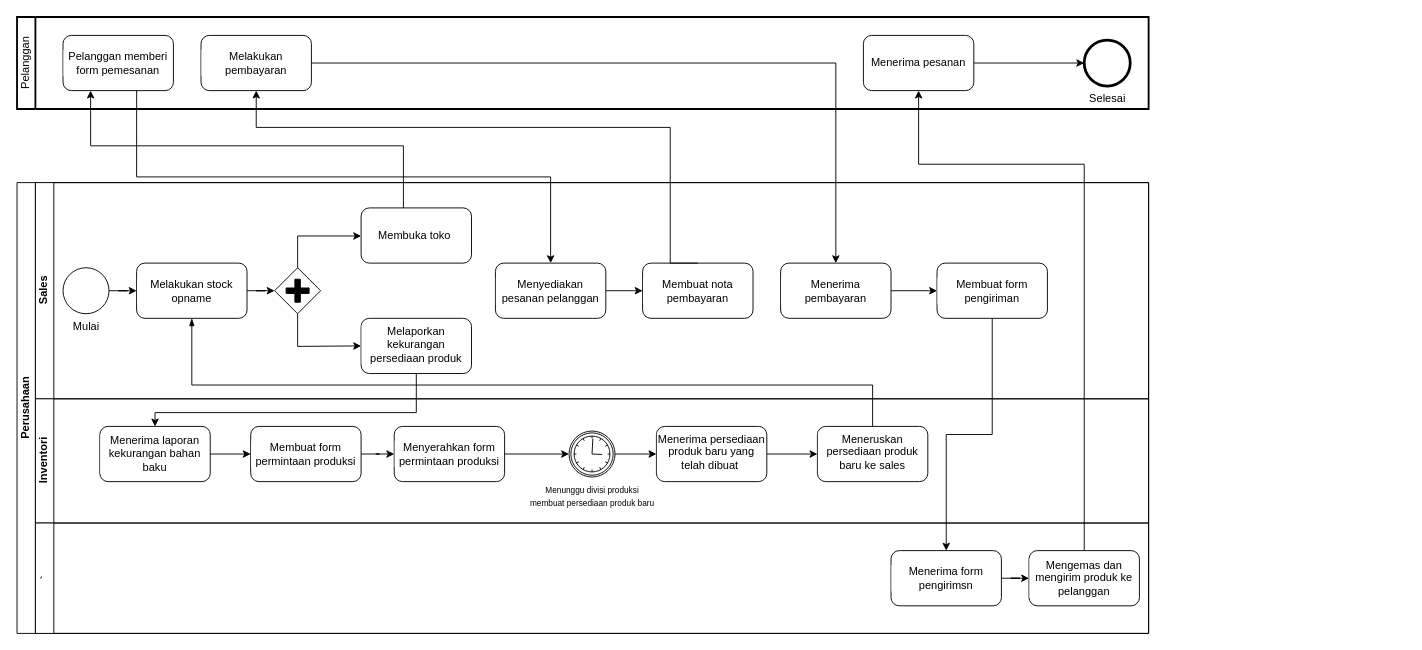
Earlier version of the draw.io diagram tobe solo.drawio (FikaBaraka/Tugas-spring-boot). Source tidied: cells renumbered, new cells numbered last; positions are measured from the earlier drawing's top-left corner, leaving out a move shared by most shapes. Both pictures are drawn from the tidied source at 92%, with x=0, y=0 at pixel (17, 17).
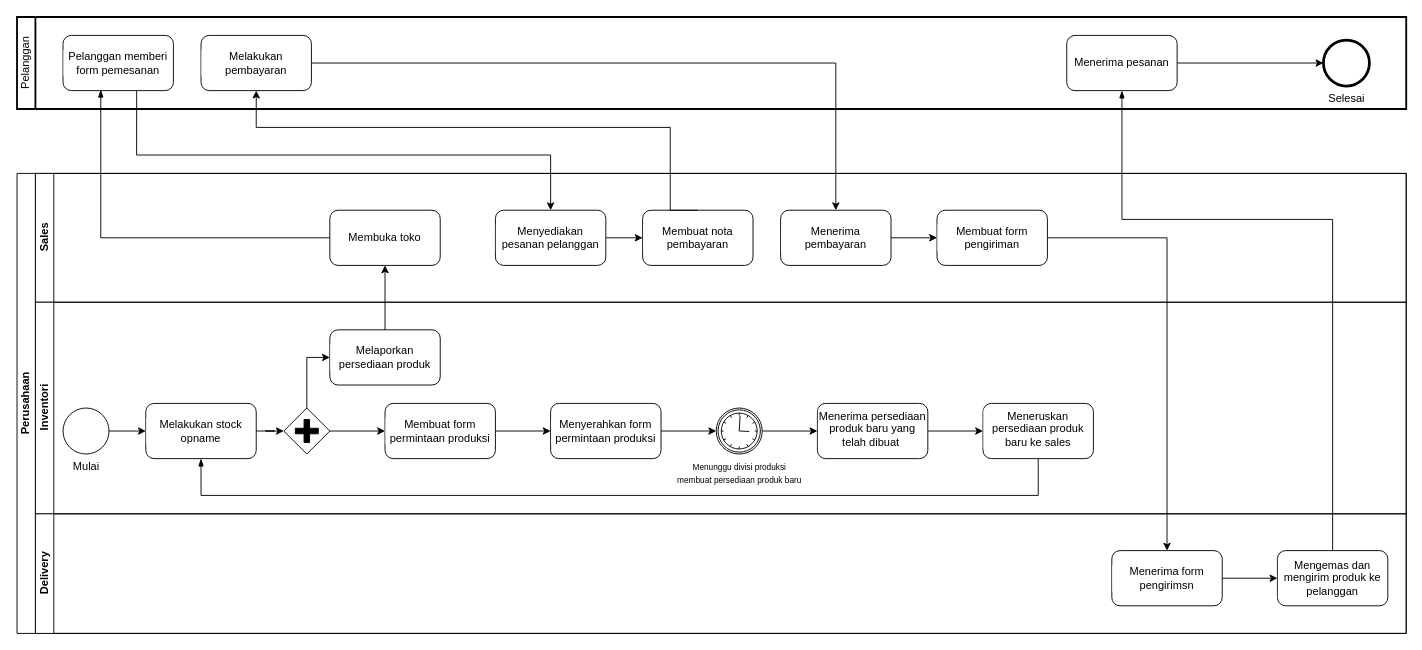
The same diagram, later.

Unchanged cells that the change refers to:
```xml
<mxCell id="3" value="Pelanggan memberi form pemesanan" style="rounded=1;whiteSpace=wrap;html=1;labelBackgroundColor=#ffffff;" parent="2" vertex="1">
  <mxGeometry x="50" y="20" width="120" height="60" as="geometry" />
</mxCell>
```

What changed in the source:
```diff
@@
     <mxCell id="2" value="Pelanggan" style="swimlane;html=1;startSize=20;fontStyle=0;horizontal=0;swimlaneLine=1;swimlaneFillColor=#ffffff;strokeWidth=2;whiteSpace=wrap;" parent="1" vertex="1">
-      <mxGeometry width="1230" height="100" as="geometry" />
+      <mxGeometry width="1510" height="100" as="geometry" />
     </mxCell>
@@
     <mxCell id="6" value="Menerima pesanan" style="rounded=1;whiteSpace=wrap;html=1;labelBackgroundColor=#ffffff;" parent="2" vertex="1">
-      <mxGeometry x="920" y="20" width="120" height="60" as="geometry" />
+      <mxGeometry x="1141" y="20" width="120" height="60" as="geometry" />
     </mxCell>
     <mxCell id="7" value="Selesai" style="points=[[0.145,0.145,0],[0.5,0,0],[0.855,0.145,0],[1,0.5,0],[0.855,0.855,0],[0.5,1,0],[0.145,0.855,0],[0,0.5,0]];shape=mxgraph.bpmn.event;html=1;verticalLabelPosition=bottom;labelBackgroundColor=#ffffff;verticalAlign=top;align=center;perimeter=ellipsePerimeter;outlineConnect=0;outline=end;symbol=terminate2;" parent="2" vertex="1">
-      <mxGeometry x="1160" y="25" width="50" height="50" as="geometry" />
+      <mxGeometry x="1420" y="25" width="50" height="50" as="geometry" />
     </mxCell>
     <mxCell id="8" value="Perusahaan" style="swimlane;html=1;horizontal=0;startSize=20;whiteSpace=wrap;" parent="1" vertex="1">
-      <mxGeometry y="180" width="1230" height="490" as="geometry" />
+      <mxGeometry y="170" width="1510" height="500" as="geometry" />
     </mxCell>
     <mxCell id="9" value="Sales" style="swimlane;html=1;startSize=20;horizontal=0;" parent="8" vertex="1">
-      <mxGeometry x="20" width="1210" height="235" as="geometry" />
+      <mxGeometry x="20" width="1490" height="140" as="geometry" />
     </mxCell>
-    <mxCell id="10" style="edgeStyle=orthogonalEdgeStyle;rounded=0;jettySize=auto;html=1;" parent="9" edge="1" source="11" target="13">
-      <mxGeometry relative="1" as="geometry" />
-    </mxCell>
-    <mxCell id="11" value="Mulai" style="points=[[0.145,0.145,0],[0.5,0,0],[0.855,0.145,0],[1,0.5,0],[0.855,0.855,0],[0.5,1,0],[0.145,0.855,0],[0,0.5,0]];shape=mxgraph.bpmn.event;html=1;verticalLabelPosition=bottom;labelBackgroundColor=#ffffff;verticalAlign=top;align=center;perimeter=ellipsePerimeter;outlineConnect=0;outline=standard;symbol=general;" parent="9" vertex="1">
-      <mxGeometry x="30" y="92.5" width="50" height="50" as="geometry" />
-    </mxCell>
-    <mxCell id="12" style="edgeStyle=orthogonalEdgeStyle;rounded=0;jettySize=auto;html=1;" parent="9" edge="1" source="13" target="15">
-      <mxGeometry relative="1" as="geometry" />
-    </mxCell>
-    <mxCell id="13" value="Melakukan stock opname" style="rounded=1;whiteSpace=wrap;html=1;verticalAlign=middle;labelBackgroundColor=#ffffff;labelPosition=center;verticalLabelPosition=middle;align=center;" parent="9" vertex="1">
-      <mxGeometry x="110" y="87.5" width="120" height="60" as="geometry" />
-    </mxCell>
-    <mxCell id="14" style="edgeStyle=orthogonalEdgeStyle;rounded=0;jettySize=auto;html=1;exitX=0.5;exitY=0;exitDx=0;exitDy=0;exitPerimeter=0;" parent="9" edge="1" source="15" target="16">
-      <mxGeometry relative="1" as="geometry">
-        <Array as="points">
-          <mxPoint x="285" y="58" />
-        </Array>
-      </mxGeometry>
-    </mxCell>
-    <mxCell id="15" style="points=[[0.25,0.25,0],[0.5,0,0],[0.75,0.25,0],[1,0.5,0],[0.75,0.75,0],[0.5,1,0],[0.25,0.75,0],[0,0.5,0]];shape=mxgraph.bpmn.gateway2;html=1;verticalLabelPosition=bottom;labelBackgroundColor=#ffffff;verticalAlign=top;align=center;perimeter=rhombusPerimeter;outlineConnect=0;outline=none;symbol=none;gwType=parallel;" parent="9" vertex="1">
-      <mxGeometry x="260" y="92.5" width="50" height="50" as="geometry" />
-    </mxCell>
-    <mxCell id="16" value="Membuka toko&amp;nbsp;" style="rounded=1;whiteSpace=wrap;html=1;verticalAlign=middle;labelBackgroundColor=#ffffff;labelPosition=center;verticalLabelPosition=middle;align=center;" parent="9" vertex="1">
-      <mxGeometry x="354" y="27.5" width="120" height="60" as="geometry" />
-    </mxCell>
@@
     <mxCell id="18" value="Menyediakan pesanan pelanggan" style="rounded=1;whiteSpace=wrap;html=1;labelBackgroundColor=#ffffff;" parent="9" vertex="1">
-      <mxGeometry x="500" y="87.5" width="120" height="60" as="geometry" />
+      <mxGeometry x="500" y="40" width="120" height="60" as="geometry" />
     </mxCell>
     <mxCell id="19" value="Membuat nota pembayaran" style="rounded=1;whiteSpace=wrap;html=1;labelBackgroundColor=#ffffff;" parent="9" vertex="1">
-      <mxGeometry x="660" y="87.5" width="120" height="60" as="geometry" />
+      <mxGeometry x="660" y="40" width="120" height="60" as="geometry" />
     </mxCell>
@@
     <mxCell id="21" value="Menerima pembayaran" style="rounded=1;whiteSpace=wrap;html=1;labelBackgroundColor=#ffffff;" parent="9" vertex="1">
-      <mxGeometry x="810" y="87.5" width="120" height="60" as="geometry" />
+      <mxGeometry x="810" y="40" width="120" height="60" as="geometry" />
     </mxCell>
     <mxCell id="22" value="Membuat form pengiriman" style="rounded=1;whiteSpace=wrap;html=1;labelBackgroundColor=#ffffff;" parent="9" vertex="1">
-      <mxGeometry x="980" y="87.5" width="120" height="60" as="geometry" />
+      <mxGeometry x="980" y="40" width="120" height="60" as="geometry" />
     </mxCell>
-    <mxCell id="23" value="Melaporkan kekurangan persediaan produk" style="rounded=1;whiteSpace=wrap;html=1;verticalAlign=top;labelBackgroundColor=#ffffff;" parent="9" vertex="1">
-      <mxGeometry x="354" y="147.5" width="120" height="60" as="geometry" />
-    </mxCell>
-    <mxCell id="24" style="endArrow=classic;html=1;rounded=0;exitX=0.5;exitY=1;exitDx=0;exitDy=0;exitPerimeter=0;entryX=0;entryY=0.5;entryDx=0;entryDy=0;" parent="9" edge="1" source="15" target="23">
-      <mxGeometry relative="1" as="geometry">
-        <Array as="points">
-          <mxPoint x="285" y="178" />
-        </Array>
-      </mxGeometry>
-    </mxCell>
+    <mxCell id="16" value="Membuka toko" style="rounded=1;whiteSpace=wrap;html=1;verticalAlign=middle;labelBackgroundColor=#ffffff;labelPosition=center;verticalLabelPosition=middle;align=center;" parent="9" vertex="1">
+      <mxGeometry x="320" y="40" width="120" height="60" as="geometry" />
+    </mxCell>
     <mxCell id="25" value="Inventori" style="swimlane;html=1;startSize=20;horizontal=0;" parent="8" vertex="1">
-      <mxGeometry x="20" y="235" width="1210" height="135" as="geometry" />
+      <mxGeometry x="20" y="140" width="1490" height="230" as="geometry" />
     </mxCell>
-    <mxCell id="26" style="edgeStyle=orthogonalEdgeStyle;rounded=0;jettySize=auto;html=1;" parent="25" edge="1" source="27" target="29">
-      <mxGeometry relative="1" as="geometry" />
-    </mxCell>
-    <mxCell id="27" value="Menerima laporan kekurangan bahan baku" style="rounded=1;whiteSpace=wrap;html=1;verticalAlign=middle;labelBackgroundColor=#ffffff;labelPosition=center;verticalLabelPosition=middle;align=center;" parent="25" vertex="1">
-      <mxGeometry x="70" y="30" width="120" height="60" as="geometry" />
-    </mxCell>
@@
     <mxCell id="29" value="Membuat form permintaan produksi" style="rounded=1;whiteSpace=wrap;html=1;labelBackgroundColor=#ffffff;" parent="25" vertex="1">
-      <mxGeometry x="234" y="30" width="120" height="60" as="geometry" />
+      <mxGeometry x="380" y="110" width="120" height="60" as="geometry" />
     </mxCell>
@@
     <mxCell id="31" value="Menyerahkan form permintaan produksi" style="rounded=1;whiteSpace=wrap;html=1;labelBackgroundColor=#ffffff;" parent="25" vertex="1">
-      <mxGeometry x="390" y="30" width="120" height="60" as="geometry" />
+      <mxGeometry x="560" y="110" width="120" height="60" as="geometry" />
     </mxCell>
@@
     <mxCell id="33" value="&lt;font style=&quot;font-size: 9px;&quot;&gt;&lt;font style=&quot;font-size: 9px;&quot;&gt;Menunggu divisi produksi &lt;br&gt;&lt;/font&gt;&lt;font style=&quot;font-size: 9px;&quot;&gt;membuat persediaan produk baru&lt;/font&gt;&lt;/font&gt;" style="points=[[0.145,0.145,0],[0.5,0,0],[0.855,0.145,0],[1,0.5,0],[0.855,0.855,0],[0.5,1,0],[0.145,0.855,0],[0,0.5,0]];shape=mxgraph.bpmn.event;html=1;verticalLabelPosition=bottom;labelBackgroundColor=#ffffff;verticalAlign=top;align=center;perimeter=ellipsePerimeter;outlineConnect=0;outline=catching;symbol=timer;" parent="25" vertex="1">
-      <mxGeometry x="580" y="35" width="50" height="50" as="geometry" />
+      <mxGeometry x="740" y="115" width="50" height="50" as="geometry" />
     </mxCell>
@@
     <mxCell id="35" value="Menerima persediaan produk baru yang telah dibuat&amp;nbsp;" style="rounded=1;whiteSpace=wrap;html=1;verticalAlign=top;labelBackgroundColor=#ffffff;" parent="25" vertex="1">
-      <mxGeometry x="675" y="30" width="120" height="60" as="geometry" />
+      <mxGeometry x="850" y="110" width="120" height="60" as="geometry" />
     </mxCell>
     <mxCell id="36" value="Meneruskan persediaan produk baru ke sales" style="rounded=1;whiteSpace=wrap;html=1;verticalAlign=top;labelBackgroundColor=#ffffff;" parent="25" vertex="1">
-      <mxGeometry x="850" y="30" width="120" height="60" as="geometry" />
+      <mxGeometry x="1030" y="110" width="120" height="60" as="geometry" />
     </mxCell>
+    <mxCell id="11" value="Mulai" style="points=[[0.145,0.145,0],[0.5,0,0],[0.855,0.145,0],[1,0.5,0],[0.855,0.855,0],[0.5,1,0],[0.145,0.855,0],[0,0.5,0]];shape=mxgraph.bpmn.event;html=1;verticalLabelPosition=bottom;labelBackgroundColor=#ffffff;verticalAlign=top;align=center;perimeter=ellipsePerimeter;outlineConnect=0;outline=standard;symbol=general;" parent="25" vertex="1">
+      <mxGeometry x="30" y="115" width="50" height="50" as="geometry" />
+    </mxCell>
+    <mxCell id="13" value="Melakukan stock opname" style="rounded=1;whiteSpace=wrap;html=1;verticalAlign=middle;labelBackgroundColor=#ffffff;labelPosition=center;verticalLabelPosition=middle;align=center;" parent="25" vertex="1">
+      <mxGeometry x="120" y="110" width="120" height="60" as="geometry" />
+    </mxCell>
+    <mxCell id="10" style="edgeStyle=orthogonalEdgeStyle;rounded=0;jettySize=auto;html=1;" parent="25" edge="1" source="11" target="13">
+      <mxGeometry relative="1" as="geometry" />
+    </mxCell>
+    <mxCell id="49" style="edgeStyle=orthogonalEdgeStyle;rounded=0;jettySize=auto;html=1;" parent="25" edge="1" source="15" target="29">
+      <mxGeometry relative="1" as="geometry" />
+    </mxCell>
+    <mxCell id="15" style="points=[[0.25,0.25,0],[0.5,0,0],[0.75,0.25,0],[1,0.5,0],[0.75,0.75,0],[0.5,1,0],[0.25,0.75,0],[0,0.5,0]];shape=mxgraph.bpmn.gateway2;html=1;verticalLabelPosition=bottom;labelBackgroundColor=#ffffff;verticalAlign=top;align=center;perimeter=rhombusPerimeter;outlineConnect=0;outline=none;symbol=none;gwType=parallel;" parent="25" vertex="1">
+      <mxGeometry x="270" y="115" width="50" height="50" as="geometry" />
+    </mxCell>
+    <mxCell id="12" style="edgeStyle=orthogonalEdgeStyle;rounded=0;jettySize=auto;html=1;" parent="25" edge="1" source="13" target="15">
+      <mxGeometry relative="1" as="geometry" />
+    </mxCell>
+    <mxCell id="50" value="Melaporkan persediaan produk" style="rounded=1;whiteSpace=wrap;html=1;verticalAlign=middle;labelBackgroundColor=#ffffff;labelPosition=center;verticalLabelPosition=middle;align=center;" parent="25" vertex="1">
+      <mxGeometry x="320" y="30" width="120" height="60" as="geometry" />
+    </mxCell>
+    <mxCell id="51" style="edgeStyle=orthogonalEdgeStyle;rounded=0;jettySize=auto;html=1;entryX=0;entryY=0.5;entryDx=0;entryDy=0;" parent="25" edge="1" source="15" target="50">
+      <mxGeometry relative="1" as="geometry" />
+    </mxCell>
+    <mxCell id="43" style="edgeStyle=elbowEdgeStyle;fontSize=12;html=1;endArrow=blockThin;endFill=1;rounded=0;exitX=0.5;exitY=1;exitDx=0;exitDy=0;entryX=0.5;entryY=1;entryDx=0;entryDy=0;elbow=vertical;" parent="25" edge="1" source="36" target="13">
+      <mxGeometry relative="1" as="geometry">
+        <Array as="points">
+          <mxPoint x="630" y="210" />
+        </Array>
+      </mxGeometry>
+    </mxCell>
-    <mxCell id="37" value="`" style="swimlane;html=1;startSize=20;horizontal=0;" parent="8" vertex="1">
-      <mxGeometry x="20" y="370" width="1210" height="120" as="geometry" />
+    <mxCell id="37" value="Delivery" style="swimlane;html=1;startSize=20;horizontal=0;" parent="8" vertex="1">
+      <mxGeometry x="20" y="370" width="1490" height="130" as="geometry" />
     </mxCell>
@@
     <mxCell id="39" value="Menerima form pengirimsn" style="rounded=1;whiteSpace=wrap;html=1;labelBackgroundColor=#ffffff;" parent="37" vertex="1">
-      <mxGeometry x="930" y="30" width="120" height="60" as="geometry" />
+      <mxGeometry x="1170" y="40" width="120" height="60" as="geometry" />
     </mxCell>
     <mxCell id="40" value="Mengemas dan mengirim produk ke pelanggan" style="rounded=1;whiteSpace=wrap;html=1;labelBackgroundColor=#ffffff;" parent="37" vertex="1">
-      <mxGeometry x="1080" y="30" width="120" height="60" as="geometry" />
+      <mxGeometry x="1350" y="40" width="120" height="60" as="geometry" />
     </mxCell>
@@
-    <mxCell id="42" style="edgeStyle=orthogonalEdgeStyle;rounded=0;jettySize=auto;html=1;exitX=0.5;exitY=1;exitDx=0;exitDy=0;" parent="8" edge="1" source="23" target="27">
-      <mxGeometry relative="1" as="geometry">
-        <Array as="points">
-          <mxPoint x="434" y="250" />
-          <mxPoint x="150" y="250" />
-        </Array>
-      </mxGeometry>
-    </mxCell>
-    <mxCell id="43" style="edgeStyle=elbowEdgeStyle;fontSize=12;html=1;endArrow=blockThin;endFill=1;rounded=0;exitX=0.5;exitY=0;exitDx=0;exitDy=0;entryX=0.5;entryY=1;entryDx=0;entryDy=0;elbow=vertical;" parent="8" edge="1" source="36" target="13">
-      <mxGeometry relative="1" as="geometry">
-        <Array as="points">
-          <mxPoint x="560" y="220" />
-        </Array>
-      </mxGeometry>
-    </mxCell>
-    <mxCell id="44" style="edgeStyle=orthogonalEdgeStyle;rounded=0;jettySize=auto;html=1;" parent="1" edge="1" source="16">
-      <mxGeometry relative="1" as="geometry">
-        <mxPoint x="80" y="80" as="targetPoint" />
-        <Array as="points">
-          <mxPoint x="420" y="140" />
-          <mxPoint x="80" y="140" />
-        </Array>
-      </mxGeometry>
-    </mxCell>
+    <mxCell id="52" style="edgeStyle=orthogonalEdgeStyle;rounded=0;jettySize=auto;html=1;" parent="8" edge="1" source="50" target="16">
+      <mxGeometry relative="1" as="geometry" />
+    </mxCell>
     <mxCell id="45" style="edgeStyle=orthogonalEdgeStyle;rounded=0;jettySize=auto;html=1;exitX=0.667;exitY=1;exitDx=0;exitDy=0;exitPerimeter=0;" parent="1" edge="1" source="3" target="18">
-      <mxGeometry relative="1" as="geometry" />
+      <mxGeometry relative="1" as="geometry">
+        <Array as="points">
+          <mxPoint x="130" y="150" />
+          <mxPoint x="580" y="150" />
+        </Array>
+      </mxGeometry>
     </mxCell>
@@
-    <mxCell id="48" style="edgeStyle=orthogonalEdgeStyle;rounded=0;jettySize=auto;html=1;entryX=0.5;entryY=1;entryDx=0;entryDy=0;" parent="1" edge="1" source="40" target="6">
+    <mxCell id="48" style="edgeStyle=elbowEdgeStyle;fontSize=12;html=1;endArrow=blockThin;endFill=1;rounded=0;exitX=0.5;exitY=0;exitDx=0;exitDy=0;entryX=0.5;entryY=1;entryDx=0;entryDy=0;elbow=vertical;" parent="1" edge="1" source="40" target="6">
       <mxGeometry relative="1" as="geometry">
         <Array as="points">
-          <mxPoint x="1160" y="160" />
-          <mxPoint x="980" y="160" />
+          <mxPoint x="1330" y="220" />
         </Array>
       </mxGeometry>
     </mxCell>
+    <mxCell id="53" style="edgeStyle=elbowEdgeStyle;fontSize=12;html=1;endArrow=blockThin;endFill=1;rounded=0;exitX=0;exitY=0.5;exitDx=0;exitDy=0;entryX=0.342;entryY=0.983;entryDx=0;entryDy=0;entryPerimeter=0;elbow=vertical;" parent="1" edge="1" source="16" target="3">
+      <mxGeometry relative="1" as="geometry">
+        <Array as="points">
+          <mxPoint x="210" y="240" />
+        </Array>
+      </mxGeometry>
+    </mxCell>
```
